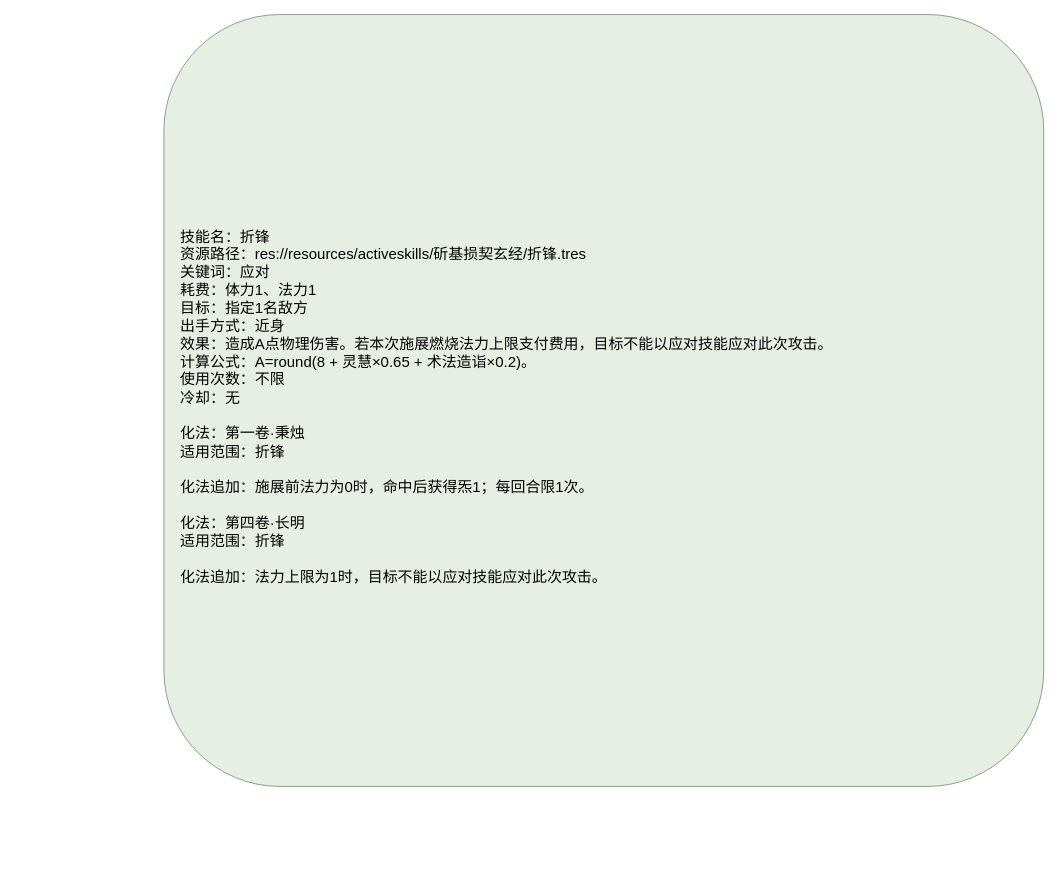
Above: page "折锋" (1 of 2) of docs/卡牌词典/秘籍技能/斫基损契玄经/折锋.drawio in ankundanetracyc-spec/tian-guan-you-du (draw.io), before the change. Source tidied: cells renumbered, new cells numbered last; positions are measured from the earlier drawing's top-left corner, leaving out a move shared by most shapes. Both pictures are drawn from the tidied source at 83%, with x=0, y=0 at pixel (164, 14).
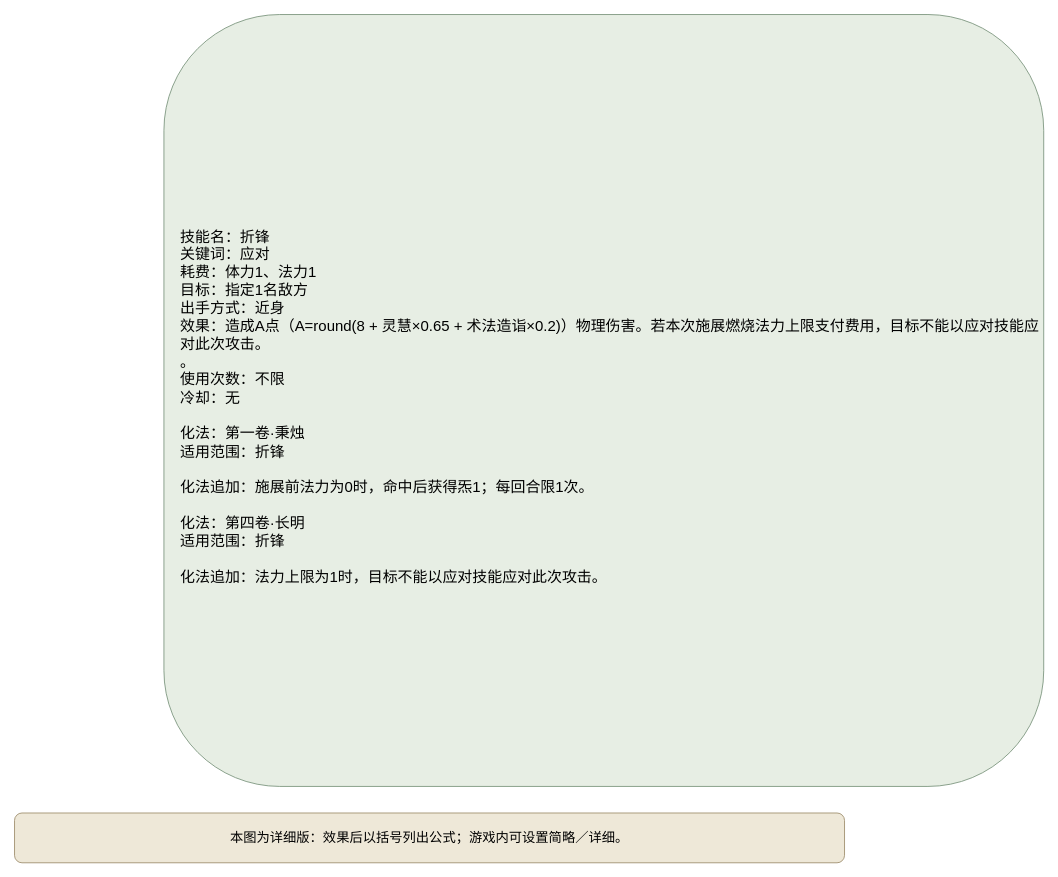
After the change.

Diff of the diagram source:
```diff
@@
 <mxGraphModel>
   <root>
     <mxCell id="0" />
     <mxCell id="1" parent="0" />
-    <mxCell id="2" value="&lt;div style=&quot;text-align:left;&quot;&gt;技能名：折锋&lt;br&gt;资源路径：res://resources/activeskills/斫基损契玄经/折锋.tres&lt;br&gt;关键词：应对&lt;br&gt;耗费：体力1、法力1&lt;br&gt;目标：指定1名敌方&lt;br&gt;出手方式：近身&lt;br&gt;效果：造成A点物理伤害。若本次施展燃烧法力上限支付费用，目标不能以应对技能应对此次攻击。&lt;br&gt;计算公式：A=round(8 + 灵慧×0.65 + 术法造诣×0.2)。&lt;br&gt;使用次数：不限&lt;br&gt;冷却：无&lt;br&gt;&lt;br&gt;化法：第一卷·秉烛&lt;br&gt;适用范围：折锋&lt;br&gt;&lt;br&gt;化法追加：施展前法力为0时，命中后获得炁1；每回合限1次。&lt;br&gt;&lt;br&gt;化法：第四卷·长明&lt;br&gt;适用范围：折锋&lt;br&gt;&lt;br&gt;化法追加：法力上限为1时，目标不能以应对技能应对此次攻击。&lt;/div&gt;" style="rounded=1;whiteSpace=wrap;html=1;fillColor=#e7eee4;strokeColor=#769078;fontSize=18;align=left;spacingLeft=18;spacingTop=16;" parent="1" vertex="1">
+    <mxCell id="2" value="技能名：折锋&#10;关键词：应对&#10;耗费：体力1、法力1&#10;目标：指定1名敌方&#10;出手方式：近身&#10;效果：造成A点（A=round(8 + 灵慧×0.65 + 术法造诣×0.2)）物理伤害。若本次施展燃烧法力上限支付费用，目标不能以应对技能应对此次攻击。&#10;。&#10;使用次数：不限&#10;冷却：无&#10;&#10;化法：第一卷·秉烛&#10;适用范围：折锋&#10;&#10;化法追加：施展前法力为0时，命中后获得炁1；每回合限1次。&#10;&#10;化法：第四卷·长明&#10;适用范围：折锋&#10;&#10;化法追加：法力上限为1时，目标不能以应对技能应对此次攻击。" style="rounded=1;whiteSpace=wrap;html=1;fillColor=#e7eee4;strokeColor=#769078;fontSize=18;align=left;spacingLeft=18;spacingTop=16;" parent="1" vertex="1">
       <mxGeometry width="1060" height="930" as="geometry" />
     </mxCell>
+    <mxCell id="3" value="本图为详细版：效果后以括号列出公式；游戏内可设置简略／详细。" style="rounded=1;whiteSpace=wrap;html=1;fillColor=#eee8d8;strokeColor=#9a8967;fontSize=16;" parent="1" vertex="1">
+      <mxGeometry x="-180" y="962" width="1000" height="60" as="geometry" />
+    </mxCell>
   </root>
 </mxGraphModel>
```
